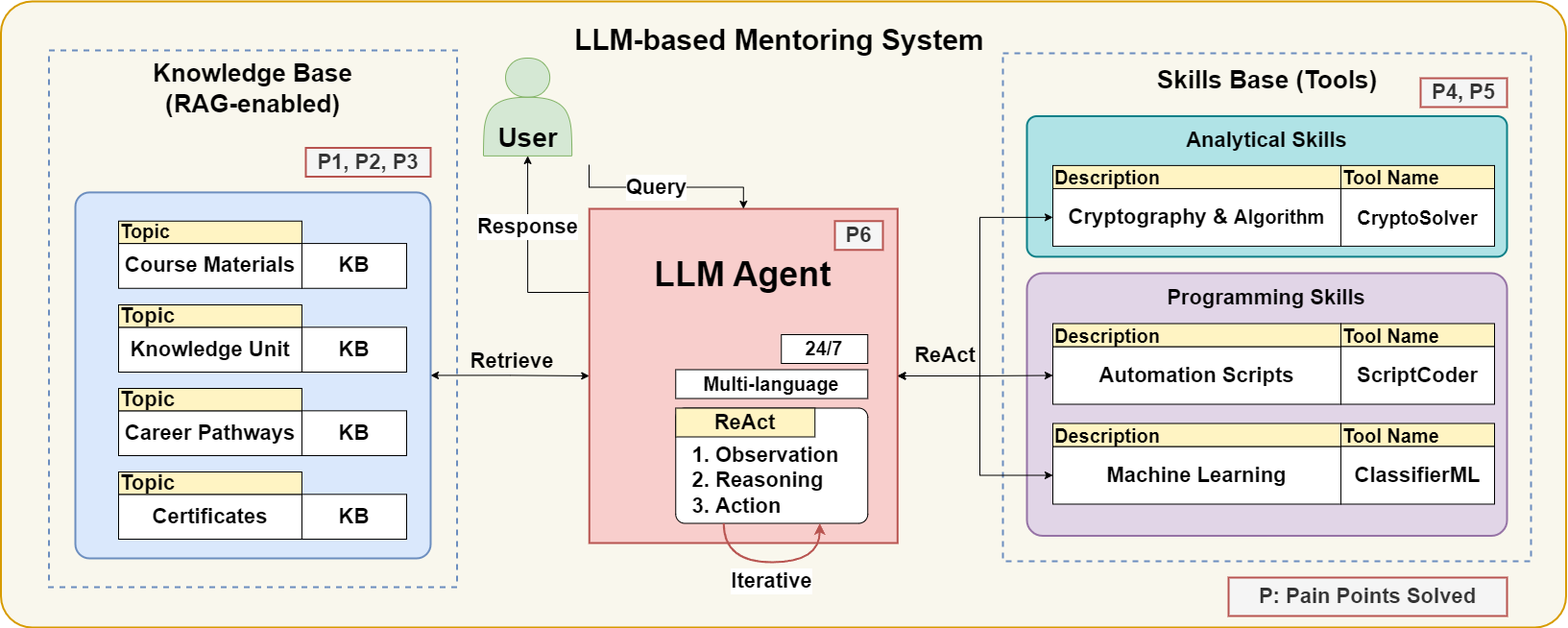
This is pic/Model.png from tisage/CyberMentor, a draw.io export, as it was before one commit. Source tidied: cells renumbered, new cells last; positions are measured from the earlier drawing's top-left corner, leaving out a move shared by most shapes.
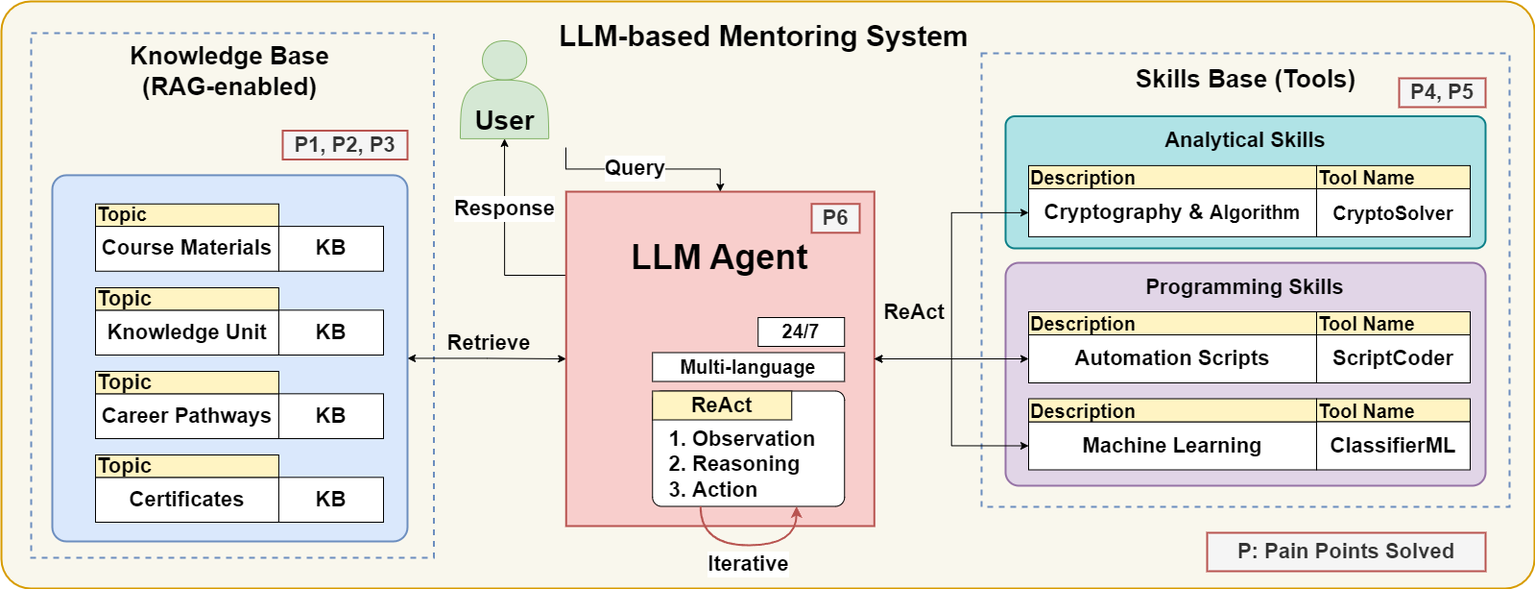
Later version of the same file.

What changed in the source:
```diff
@@ -3,13 +3,13 @@
     <mxCell id="0" />
     <mxCell id="1" parent="0" />
     <mxCell id="2" style="rounded=1;whiteSpace=wrap;html=1;fillColor=#F9F7ED;strokeColor=#d79b00;fontSize=18;strokeWidth=2;arcSize=5;" parent="1" vertex="1">
-      <mxGeometry x="-0.5" width="1630" height="652" as="geometry" />
+      <mxGeometry x="24" y="18" width="1597" height="611" as="geometry" />
     </mxCell>
     <mxCell id="3" style="rounded=0;whiteSpace=wrap;html=1;fillColor=none;strokeColor=#6C8EBF;fontSize=18;strokeWidth=2;arcSize=7;dashed=1;" parent="1" vertex="1">
-      <mxGeometry x="49.5" y="51" width="425" height="559" as="geometry" />
+      <mxGeometry x="55" y="51" width="419.5" height="546" as="geometry" />
     </mxCell>
     <mxCell id="4" style="rounded=0;whiteSpace=wrap;html=1;fillColor=none;strokeColor=#6C8EBF;fontSize=18;strokeWidth=2;arcSize=7;dashed=1;" parent="1" vertex="1">
-      <mxGeometry x="1043" y="54" width="550" height="529" as="geometry" />
+      <mxGeometry x="1045" y="72" width="550" height="472" as="geometry" />
     </mxCell>
     <mxCell id="5" style="edgeStyle=orthogonalEdgeStyle;rounded=0;jettySize=auto;html=1;exitX=1;exitY=0.5;exitDx=0;exitDy=0;entryX=0;entryY=0.5;entryDx=0;entryDy=0;startArrow=classic;startFill=1;" parent="1" edge="1" source="6" target="8">
       <mxGeometry relative="1" as="geometry" />
@@ -24,42 +24,29 @@
       <mxGeometry x="612.3" y="216" width="321" height="348" as="geometry" />
     </mxCell>
     <mxCell id="9" value="&lt;font size=&quot;1&quot; style=&quot;&quot;&gt;&lt;b style=&quot;font-size: 26px;&quot;&gt;Skills Base (Tools)&lt;/b&gt;&lt;/font&gt;" style="text;html=1;align=center;verticalAlign=middle;whiteSpace=wrap;rounded=0;fontSize=18;" parent="1" vertex="1">
-      <mxGeometry x="1175.5" y="66.5" width="285" height="30" as="geometry" />
+      <mxGeometry x="1177.5" y="84.5" width="285" height="30" as="geometry" />
     </mxCell>
     <mxCell id="10" style="rounded=1;whiteSpace=wrap;html=1;fillColor=#b0e3e6;strokeColor=#0e8088;fontSize=18;strokeWidth=2;arcSize=7;" parent="1" vertex="1">
-      <mxGeometry x="1068" y="119.5" width="500" height="146.4" as="geometry" />
+      <mxGeometry x="1070" y="137.5" width="500" height="137.5" as="geometry" />
     </mxCell>
     <mxCell id="11" value="&lt;b style=&quot;&quot;&gt;&lt;font style=&quot;font-size: 22px;&quot;&gt;Analytical Skills&lt;/font&gt;&lt;/b&gt;" style="text;html=1;align=center;verticalAlign=middle;whiteSpace=wrap;rounded=0;fontSize=18;" parent="1" vertex="1">
-      <mxGeometry x="1214.3" y="113" width="207.5" height="63" as="geometry" />
+      <mxGeometry x="1216.3" y="131" width="207.5" height="63" as="geometry" />
     </mxCell>
     <mxCell id="12" style="rounded=1;whiteSpace=wrap;html=1;fillColor=#e1d5e7;strokeColor=#9673a6;fontSize=18;strokeWidth=2;arcSize=6;" parent="1" vertex="1">
-      <mxGeometry x="1068" y="283" width="500" height="273.5" as="geometry" />
+      <mxGeometry x="1070" y="290" width="500" height="232" as="geometry" />
     </mxCell>
     <mxCell id="13" value="&lt;b style=&quot;font-size: 22px;&quot;&gt;&lt;font style=&quot;font-size: 22px;&quot;&gt;Programming Skills&lt;/font&gt;&lt;/b&gt;" style="text;html=1;align=center;verticalAlign=middle;whiteSpace=wrap;rounded=0;fontSize=22;" parent="1" vertex="1">
-      <mxGeometry x="1202.4" y="293.5" width="231.2" height="30" as="geometry" />
+      <mxGeometry x="1204.4" y="300.5" width="231.2" height="30" as="geometry" />
     </mxCell>
     <mxCell id="14" value="&lt;font style=&quot;font-size: 30px;&quot;&gt;LLM-based Mentoring System&amp;nbsp;&lt;/font&gt;" style="text;html=1;align=center;verticalAlign=middle;whiteSpace=wrap;rounded=0;fontStyle=1;fontSize=22;" parent="1" vertex="1">
-      <mxGeometry x="547" y="10" width="535" height="60" as="geometry" />
+      <mxGeometry x="555" y="24.5" width="535" height="60" as="geometry" />
     </mxCell>
-    <mxCell id="15" style="rounded=0;jettySize=auto;html=1;exitX=1;exitY=0.5;exitDx=0;exitDy=0;entryX=0;entryY=0.5;entryDx=0;entryDy=0;fontSize=18;startArrow=classic;startFill=1;edgeStyle=orthogonalEdgeStyle;" parent="1" edge="1" source="8" target="50">
-      <mxGeometry relative="1" as="geometry">
-        <Array as="points">
-          <mxPoint x="1019" y="390" />
-          <mxPoint x="1019" y="225" />
-        </Array>
-      </mxGeometry>
+    <mxCell id="15" style="rounded=0;jettySize=auto;html=1;exitX=1;exitY=0.5;exitDx=0;exitDy=0;fontSize=18;startArrow=classic;startFill=1;edgeStyle=orthogonalEdgeStyle;entryX=0;entryY=0.5;entryDx=0;entryDy=0;" parent="1" edge="1" source="8" target="50">
+      <mxGeometry relative="1" as="geometry" />
     </mxCell>
     <mxCell id="16" style="rounded=0;jettySize=auto;html=1;exitX=1;exitY=0.5;exitDx=0;exitDy=0;entryX=0;entryY=0.5;entryDx=0;entryDy=0;fontSize=18;startArrow=classic;startFill=1;edgeStyle=orthogonalEdgeStyle;" parent="1" edge="1" source="8" target="56">
       <mxGeometry relative="1" as="geometry" />
     </mxCell>
-    <mxCell id="17" style="rounded=0;jettySize=auto;html=1;exitX=1;exitY=0.5;exitDx=0;exitDy=0;entryX=0;entryY=0.5;entryDx=0;entryDy=0;fontSize=18;startArrow=classic;startFill=1;edgeStyle=orthogonalEdgeStyle;" parent="1" edge="1" source="8" target="63">
-      <mxGeometry relative="1" as="geometry">
-        <Array as="points">
-          <mxPoint x="1019" y="390" />
-          <mxPoint x="1019" y="493" />
-        </Array>
-      </mxGeometry>
-    </mxCell>
     <mxCell id="18" value="&lt;font style=&quot;font-size: 26px;&quot;&gt;&lt;b style=&quot;&quot;&gt;Knowledge Base&lt;/b&gt;&lt;/font&gt;&lt;div style=&quot;font-size: 26px;&quot;&gt;&lt;b style=&quot;background-color: initial;&quot;&gt;&lt;font style=&quot;font-size: 26px;&quot;&gt;(RAG-enabled)&lt;/font&gt;&lt;/b&gt;&lt;/div&gt;" style="text;html=1;align=center;verticalAlign=middle;whiteSpace=wrap;rounded=0;fontSize=18;" parent="1" vertex="1">
       <mxGeometry x="112" y="59" width="300" height="63" as="geometry" />
     </mxCell>
@@ -92,10 +79,10 @@
       <mxGeometry x="317" y="152.5" width="130" height="30" as="geometry" />
     </mxCell>
     <mxCell id="26" value="&lt;font style=&quot;font-size: 22px;&quot;&gt;P4, P5&lt;/font&gt;" style="text;html=1;align=center;verticalAlign=middle;whiteSpace=wrap;rounded=0;fontStyle=1;fontSize=18;fillColor=#f5f5f5;fontColor=#333333;strokeColor=#B85450;strokeWidth=2;" parent="1" vertex="1">
-      <mxGeometry x="1478" y="80" width="90" height="30" as="geometry" />
+      <mxGeometry x="1480" y="98" width="90" height="30" as="geometry" />
     </mxCell>
     <mxCell id="27" value="&lt;font style=&quot;font-size: 22px;&quot;&gt;P: Pain Points Solved&lt;/font&gt;" style="text;html=1;align=center;verticalAlign=middle;whiteSpace=wrap;rounded=0;fontStyle=1;fontSize=18;fillColor=#f5f5f5;fontColor=#333333;strokeColor=#B85450;strokeWidth=2;" parent="1" vertex="1">
-      <mxGeometry x="1278" y="600" width="290" height="40" as="geometry" />
+      <mxGeometry x="1280" y="571" width="290" height="40" as="geometry" />
     </mxCell>
     <mxCell id="28" value="&lt;font style=&quot;font-size: 20px;&quot;&gt;Multi-language&lt;/font&gt;" style="rounded=0;whiteSpace=wrap;html=1;fontSize=18;fontStyle=1;" parent="1" vertex="1">
       <mxGeometry x="702.2" y="383.5" width="200" height="30" as="geometry" />
@@ -104,7 +91,7 @@
       <mxGeometry x="702.2" y="423.5" width="145" height="30" as="geometry" />
     </mxCell>
     <mxCell id="30" value="&lt;font size=&quot;1&quot; style=&quot;&quot;&gt;&lt;b style=&quot;font-size: 22px;&quot;&gt;ReAct&lt;/b&gt;&lt;/font&gt;" style="text;html=1;align=center;verticalAlign=middle;whiteSpace=wrap;rounded=0;fontSize=22;" parent="1" vertex="1">
-      <mxGeometry x="953.3" y="353.5" width="60" height="30" as="geometry" />
+      <mxGeometry x="945" y="327" width="60" height="30" as="geometry" />
     </mxCell>
     <mxCell id="31" value="&lt;font style=&quot;font-size: 22px;&quot;&gt;P6&lt;/font&gt;" style="text;html=1;align=center;verticalAlign=middle;whiteSpace=wrap;rounded=0;fontStyle=1;fontSize=18;fillColor=#f5f5f5;fontColor=#333333;strokeColor=#B85450;strokeWidth=2;" parent="1" vertex="1">
       <mxGeometry x="868" y="228.8" width="50" height="30" as="geometry" />
@@ -158,31 +145,31 @@
       <mxGeometry width="190.9" height="23.3" as="geometry" />
     </mxCell>
     <mxCell id="48" style="group;" parent="1" vertex="1">
-      <mxGeometry x="1095" y="170.9" width="440" height="84" as="geometry" />
+      <mxGeometry x="1094" y="188.9" width="440" height="84" as="geometry" />
     </mxCell>
     <mxCell id="49" style="group;" parent="48" vertex="1">
       <mxGeometry width="300" height="84" as="geometry" />
     </mxCell>
     <mxCell id="50" value="&lt;div style=&quot;font-size: 22px;&quot;&gt;Cryptography&amp;nbsp;&lt;span style=&quot;background-color: initial;&quot;&gt;&amp;amp;&amp;nbsp;&lt;/span&gt;&lt;span style=&quot;background-color: initial; font-size: 20px;&quot;&gt;Algorithm&lt;/span&gt;&lt;/div&gt;" style="rounded=0;whiteSpace=wrap;html=1;fontSize=22;fontStyle=1;verticalAlign=middle;" parent="49" vertex="1">
-      <mxGeometry y="24" width="300" height="60" as="geometry" />
+      <mxGeometry y="24" width="300" height="50" as="geometry" />
     </mxCell>
     <mxCell id="51" value="Description" style="whiteSpace=wrap;html=1;shadow=0;dashed=0;fontSize=20;align=left;fillColor=#FFF4C3;strokeColor=default;fontStyle=1;" parent="49" vertex="1">
       <mxGeometry width="300" height="24" as="geometry" />
     </mxCell>
     <mxCell id="52" value="&lt;div style=&quot;font-size: 20px;&quot;&gt;CryptoSolver&lt;/div&gt;" style="rounded=0;whiteSpace=wrap;html=1;fontSize=20;fontStyle=1;" parent="48" vertex="1">
-      <mxGeometry x="300" y="24" width="160" height="60" as="geometry" />
+      <mxGeometry x="300" y="24" width="160" height="50" as="geometry" />
     </mxCell>
     <mxCell id="53" value="Tool Name" style="whiteSpace=wrap;html=1;shadow=0;dashed=0;fontSize=20;align=left;fillColor=#FFF4C3;strokeColor=default;fontStyle=1;" parent="48" vertex="1">
       <mxGeometry x="300" width="160" height="24" as="geometry" />
     </mxCell>
     <mxCell id="54" style="group;" parent="1" vertex="1">
-      <mxGeometry x="1095" y="335.5" width="440" height="84" as="geometry" />
+      <mxGeometry x="1094" y="341" width="440" height="84" as="geometry" />
     </mxCell>
     <mxCell id="55" style="group;" parent="54" vertex="1">
       <mxGeometry width="300" height="84" as="geometry" />
     </mxCell>
     <mxCell id="56" value="&lt;div style=&quot;font-size: 22px;&quot;&gt;&lt;b style=&quot;font-size: 22px;&quot;&gt;Automation&amp;nbsp;&lt;/b&gt;&lt;b style=&quot;background-color: initial;&quot;&gt;Scripts&lt;/b&gt;&lt;/div&gt;" style="rounded=0;whiteSpace=wrap;html=1;fontSize=22;" parent="55" vertex="1">
-      <mxGeometry y="24" width="300" height="60" as="geometry" />
+      <mxGeometry y="24" width="300" height="50" as="geometry" />
     </mxCell>
     <mxCell id="57" value="Description" style="whiteSpace=wrap;html=1;shadow=0;dashed=0;fontSize=20;align=left;fillColor=#FFF4C3;strokeColor=default;fontStyle=1;" parent="55" vertex="1">
       <mxGeometry width="300" height="24" as="geometry" />
@@ -191,19 +178,19 @@
       <mxGeometry x="300" width="160" height="24" as="geometry" />
     </mxCell>
     <mxCell id="59" value="&lt;div style=&quot;&quot;&gt;&lt;font style=&quot;font-size: 22px;&quot;&gt;ScriptCoder&lt;/font&gt;&lt;/div&gt;" style="rounded=0;whiteSpace=wrap;html=1;fontSize=20;fontStyle=1;" parent="54" vertex="1">
-      <mxGeometry x="300" y="24" width="160" height="60" as="geometry" />
+      <mxGeometry x="300" y="24" width="160" height="50" as="geometry" />
     </mxCell>
     <mxCell id="60" style="group;" parent="1" vertex="1">
-      <mxGeometry x="1095" y="439.5" width="440" height="84" as="geometry" />
+      <mxGeometry x="1094" y="431.5" width="440" height="84" as="geometry" />
     </mxCell>
     <mxCell id="61" value="Tool Name" style="whiteSpace=wrap;html=1;shadow=0;dashed=0;fontSize=20;align=left;fillColor=#FFF4C3;strokeColor=default;fontStyle=1;" parent="60" vertex="1">
       <mxGeometry x="300" width="160" height="24" as="geometry" />
     </mxCell>
     <mxCell id="62" value="&lt;font style=&quot;font-size: 22px;&quot;&gt;ClassifierML&lt;/font&gt;" style="rounded=0;whiteSpace=wrap;html=1;fontSize=20;fontStyle=1;" parent="60" vertex="1">
-      <mxGeometry x="300" y="24" width="160" height="60" as="geometry" />
+      <mxGeometry x="300" y="24" width="160" height="50" as="geometry" />
     </mxCell>
     <mxCell id="63" value="&lt;div style=&quot;font-size: 22px;&quot;&gt;&lt;b style=&quot;font-size: 22px;&quot;&gt;Machine&amp;nbsp;&lt;/b&gt;&lt;b style=&quot;background-color: initial;&quot;&gt;Learning&lt;/b&gt;&lt;/div&gt;" style="rounded=0;whiteSpace=wrap;html=1;fontSize=22;" parent="60" vertex="1">
-      <mxGeometry y="24" width="300" height="60" as="geometry" />
+      <mxGeometry y="24" width="300" height="50" as="geometry" />
     </mxCell>
     <mxCell id="64" value="Description" style="whiteSpace=wrap;html=1;shadow=0;dashed=0;fontSize=20;align=left;fillColor=#FFF4C3;strokeColor=default;fontStyle=1;" parent="60" vertex="1">
       <mxGeometry width="300" height="24" as="geometry" />
@@ -217,5 +204,8 @@
     <mxCell id="67" value="&lt;b&gt;&lt;font style=&quot;font-size: 28px;&quot;&gt;User&lt;/font&gt;&lt;/b&gt;" style="text;html=1;align=center;verticalAlign=middle;whiteSpace=wrap;rounded=0;" parent="65" vertex="1">
       <mxGeometry x="17.8" y="70" width="56.6" height="25.7" as="geometry" />
     </mxCell>
+    <mxCell id="17" style="edgeStyle=orthogonalEdgeStyle;rounded=0;jettySize=auto;html=1;exitX=1;exitY=0.5;exitDx=0;exitDy=0;entryX=0;entryY=0.5;entryDx=0;entryDy=0;" parent="1" edge="1" source="8" target="63">
+      <mxGeometry relative="1" as="geometry" />
+    </mxCell>
   </root>
 </mxGraphModel>
```
